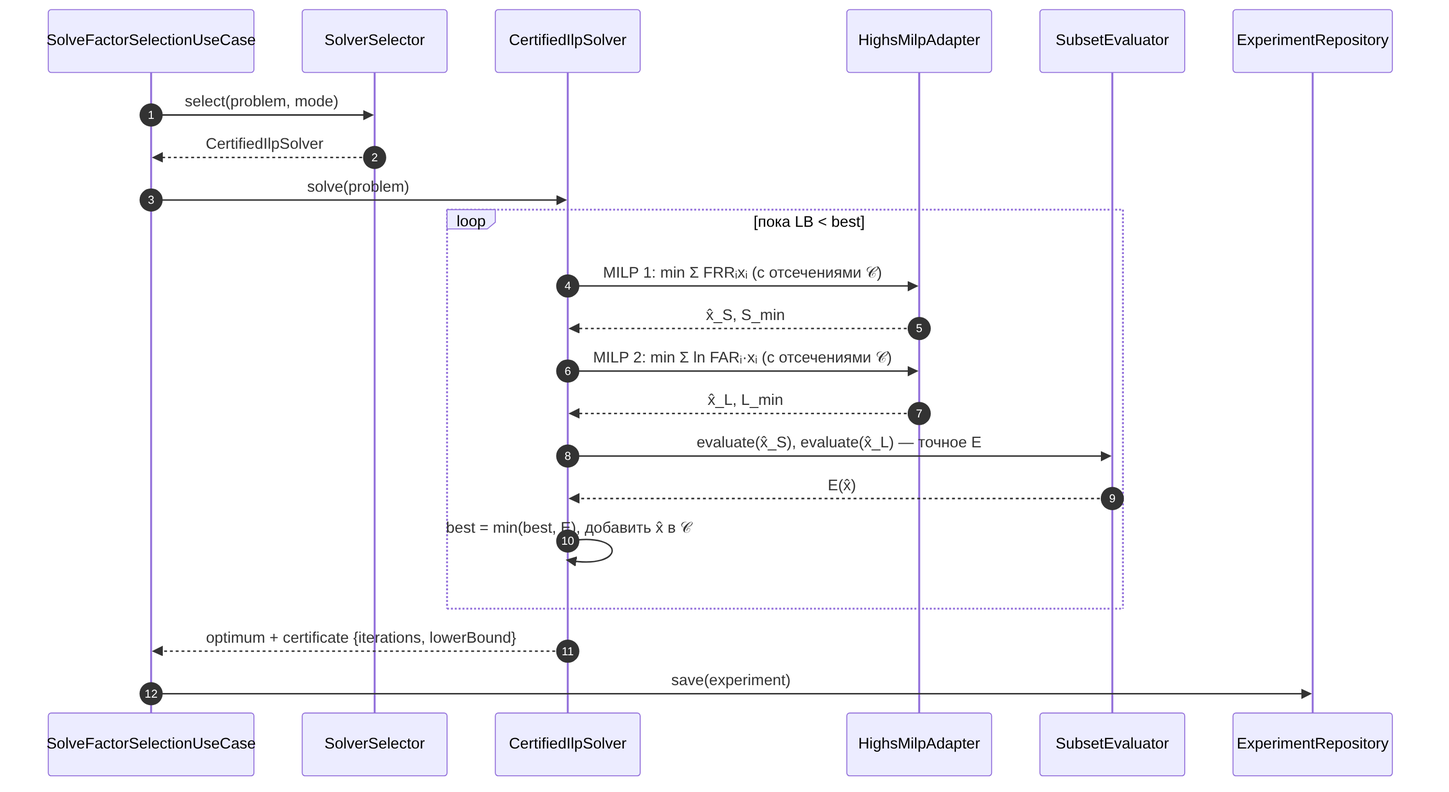
DcNi3L/bioauth-optimizer keeps this Mermaid diagram as docs/diagrams/09-seq-factor-ilp.png. Above is the earlier version. Its source is kept beside it as docs/diagrams/09-seq-factor-ilp.mmd.
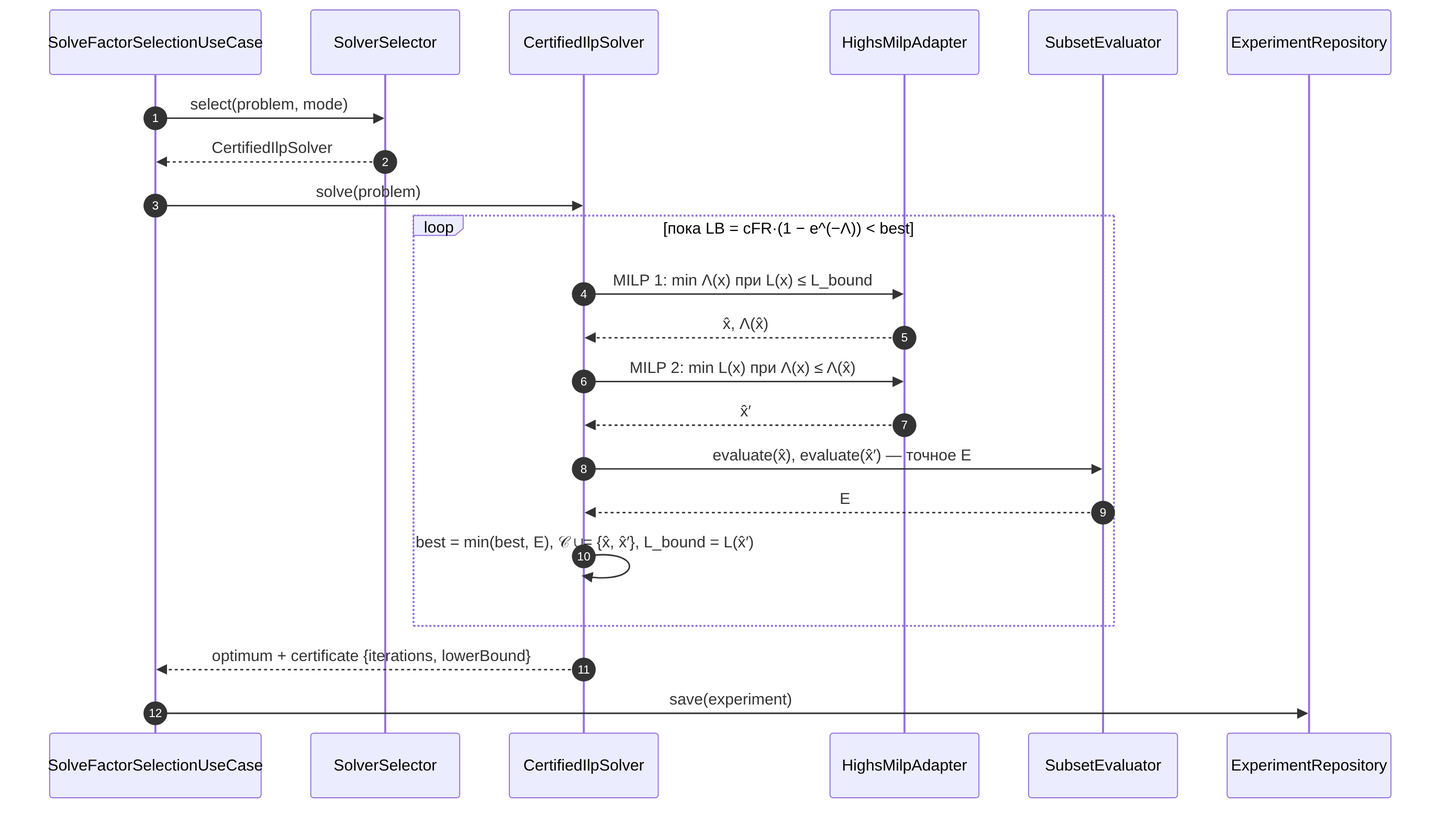
Later version of the same file.

The edit, as a diff of the source:
```diff
@@ -9,14 +9,14 @@
   UC->>SS: select(problem, mode)
   SS-->>UC: CertifiedIlpSolver
   UC->>S: solve(problem)
-  loop пока LB < best
-    S->>M: MILP 1: min Σ FRRᵢxᵢ (с отсечениями 𝒞)
-    M-->>S: x̂_S, S_min
-    S->>M: MILP 2: min Σ ln FARᵢ·xᵢ (с отсечениями 𝒞)
-    M-->>S: x̂_L, L_min
-    S->>E: evaluate(x̂_S), evaluate(x̂_L) — точное E
-    E-->>S: E(x̂)
-    S->>S: best = min(best, E), добавить x̂ в 𝒞
+  loop пока LB = cFR·(1 − e^(−Λ)) < best
+    S->>M: MILP 1: min Λ(x) при L(x) ≤ L_bound
+    M-->>S: x̂, Λ(x̂)
+    S->>M: MILP 2: min L(x) при Λ(x) ≤ Λ(x̂)
+    M-->>S: x̂′
+    S->>E: evaluate(x̂), evaluate(x̂′) — точное E
+    E-->>S: E
+    S->>S: best = min(best, E), 𝒞 ∪= {x̂, x̂′}, L_bound = L(x̂′)
   end
   S-->>UC: optimum + certificate {iterations, lowerBound}
   UC->>R: save(experiment)
```
